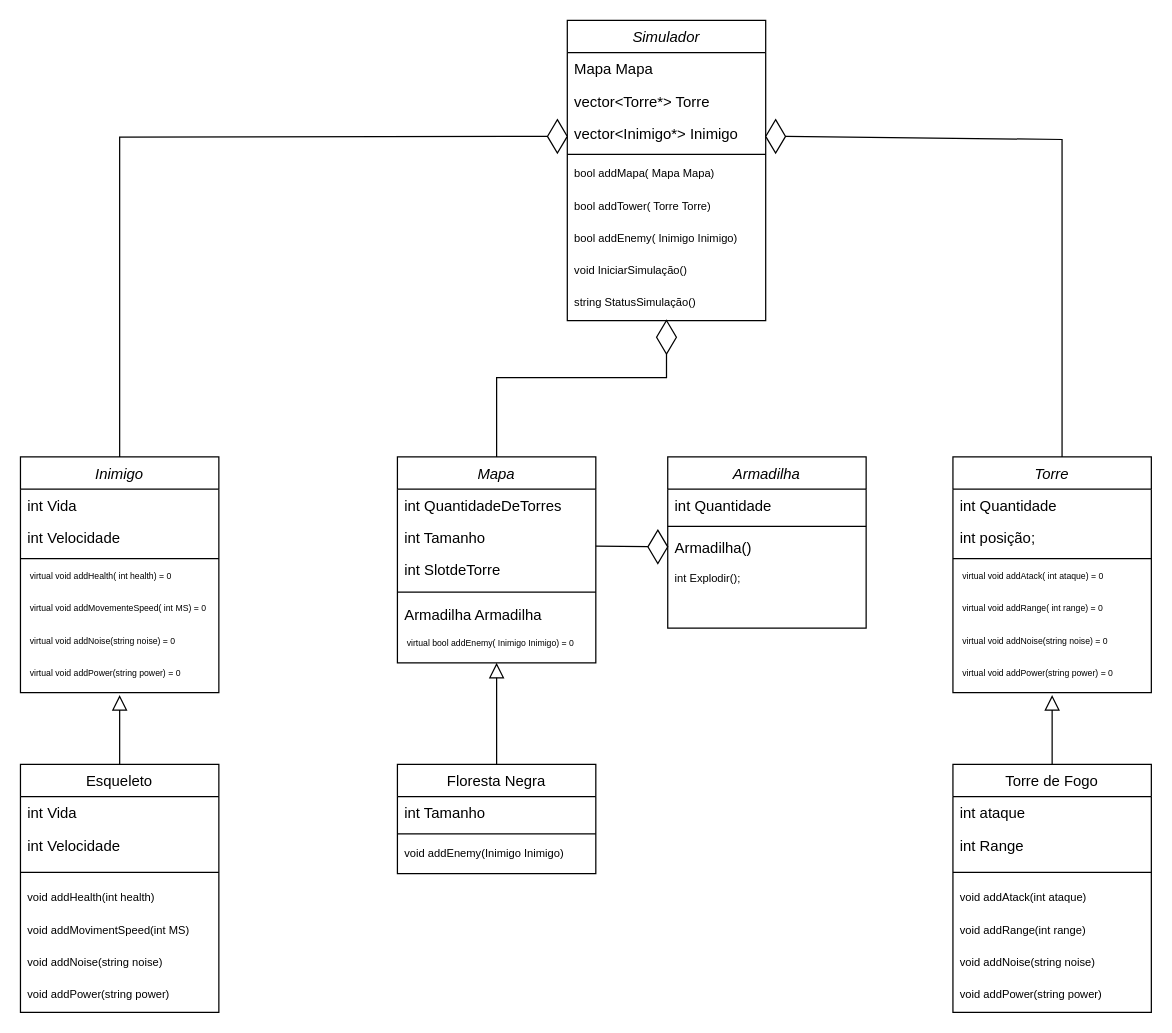
The draw.io diagram Diagrama de Classes.drawio in GabsRMartins/Trabalho-final-PDS2, before the edit. Source tidied: cells renumbered, new cells numbered last; positions are measured from the earlier drawing's top-left corner, leaving out a move shared by most shapes. Both pictures are drawn from the tidied source at 124%, with x=0, y=0 at pixel (20, 20).
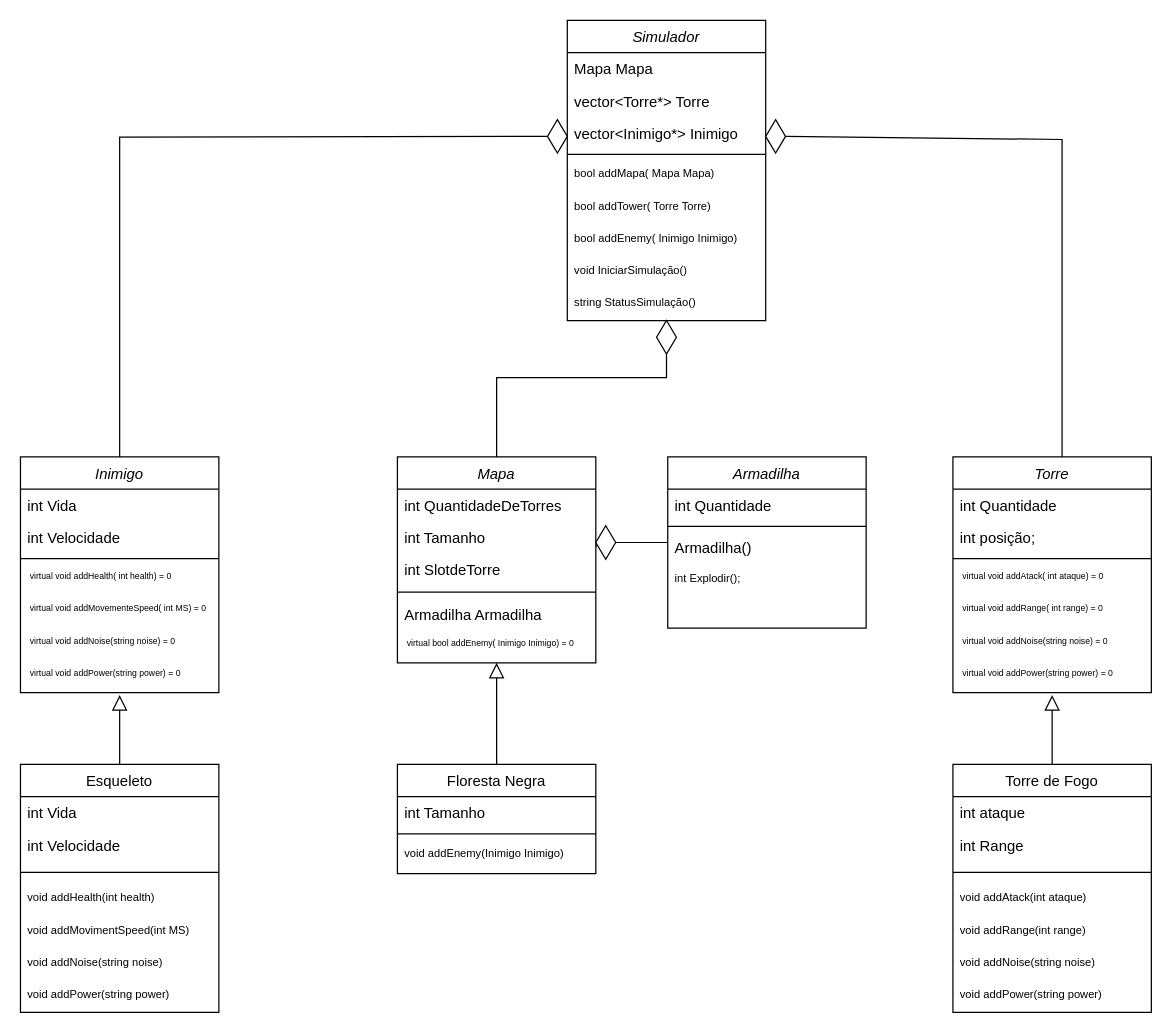
The same diagram, later.

Unchanged cells that the change refers to:
```xml
<mxCell id="15" value="Armadilha" style="swimlane;fontStyle=2;align=center;verticalAlign=top;horizontal=1;startSize=26;rounded=0;shadow=0;strokeWidth=1;" parent="1" vertex="1">
  <mxGeometry x="522" y="352" width="160" height="138" as="geometry" />
</mxCell>
```

What changed in the source:
```diff
@@
     <mxCell id="20" style="rhombus;whiteSpace=wrap;html=1;" parent="1" vertex="1">
-      <mxGeometry x="506" y="411" width="16" height="27" as="geometry" />
+      <mxGeometry x="464" y="407.5" width="16" height="27" as="geometry" />
     </mxCell>
@@
+    <mxCell id="71" style="endArrow=none;html=1;rounded=0;exitX=1;exitY=0.5;exitDx=0;exitDy=0;entryX=0;entryY=0.5;entryDx=0;entryDy=0;" parent="1" edge="1" source="20" target="15">
+      <mxGeometry relative="1" as="geometry" />
+    </mxCell>
```
